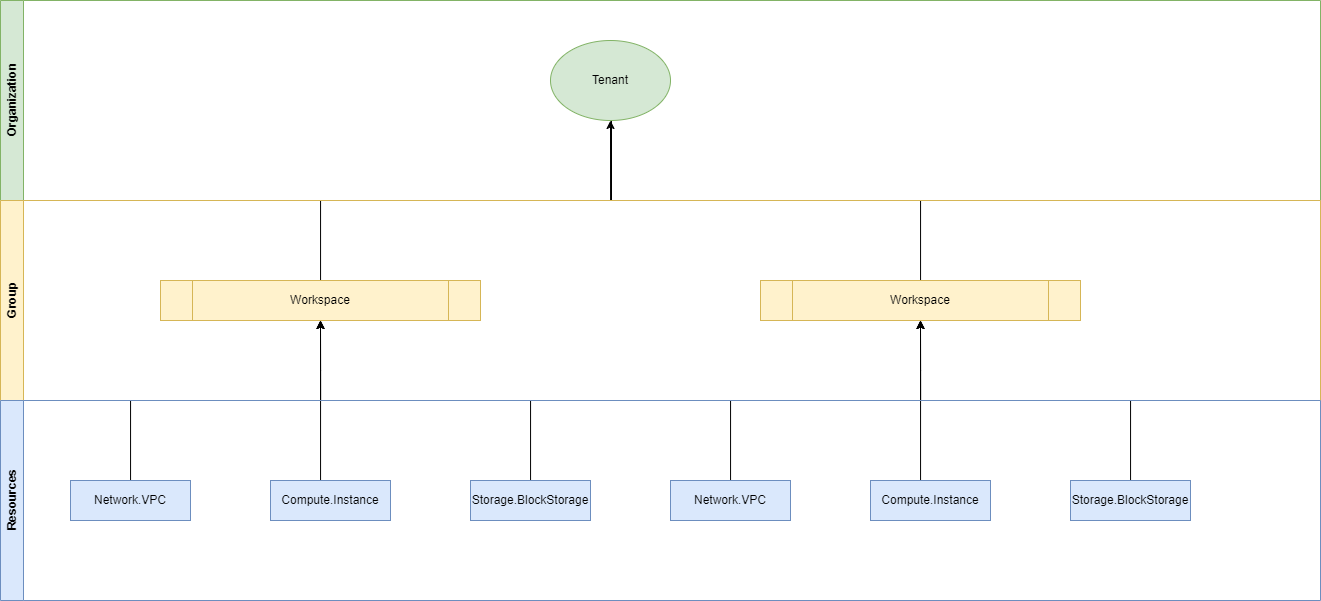
PauloLory-ionos/spec keeps this draw.io diagram as pic/resource_organization.drawio.png. Above is the earlier version. Source tidied: cells renumbered, new cells last; positions are measured from the earlier drawing's top-left corner, leaving out a move shared by most shapes. The source it was exported from:
```xml
<mxGraphModel>
  <root>
    <mxCell id="0" />
    <mxCell id="1" parent="0" />
    <mxCell id="2" style="edgeStyle=orthogonalEdgeStyle;rounded=0;jettySize=auto;html=1;entryX=0.5;entryY=1;entryDx=0;entryDy=0;" parent="1" edge="1" source="20" target="6">
      <mxGeometry relative="1" as="geometry">
        <Array as="points">
          <mxPoint x="920" y="370" />
          <mxPoint x="920" y="370" />
        </Array>
      </mxGeometry>
    </mxCell>
    <mxCell id="3" style="edgeStyle=orthogonalEdgeStyle;rounded=0;jettySize=auto;html=1;entryX=0.5;entryY=1;entryDx=0;entryDy=0;" parent="1" edge="1" source="21" target="6">
      <mxGeometry relative="1" as="geometry" />
    </mxCell>
    <mxCell id="4" style="edgeStyle=orthogonalEdgeStyle;rounded=0;jettySize=auto;html=1;entryX=0.5;entryY=1;entryDx=0;entryDy=0;" parent="1" edge="1" source="19" target="6">
      <mxGeometry relative="1" as="geometry" />
    </mxCell>
    <mxCell id="5" style="edgeStyle=orthogonalEdgeStyle;rounded=0;jettySize=auto;html=1;" parent="1" edge="1" source="6">
      <mxGeometry relative="1" as="geometry">
        <mxPoint x="610" y="80" as="targetPoint" />
        <Array as="points">
          <mxPoint x="920" y="200" />
          <mxPoint x="611" y="200" />
        </Array>
      </mxGeometry>
    </mxCell>
    <mxCell id="6" value="Workspace" style="shape=process;whiteSpace=wrap;html=1;backgroundOutline=1;fillColor=#fff2cc;strokeColor=#d6b656;" parent="1" vertex="1">
      <mxGeometry x="760" y="280" width="320" height="40" as="geometry" />
    </mxCell>
    <mxCell id="7" value="Tenant" style="ellipse;whiteSpace=wrap;html=1;fillColor=#d5e8d4;strokeColor=#82b366;" parent="1" vertex="1">
      <mxGeometry x="550" y="40" width="120" height="80" as="geometry" />
    </mxCell>
    <mxCell id="8" style="edgeStyle=orthogonalEdgeStyle;rounded=0;jettySize=auto;html=1;entryX=0.5;entryY=1;entryDx=0;entryDy=0;" parent="1" edge="1" source="17" target="12">
      <mxGeometry relative="1" as="geometry">
        <Array as="points">
          <mxPoint x="320" y="370" />
          <mxPoint x="320" y="370" />
        </Array>
      </mxGeometry>
    </mxCell>
    <mxCell id="9" style="edgeStyle=orthogonalEdgeStyle;rounded=0;jettySize=auto;html=1;entryX=0.5;entryY=1;entryDx=0;entryDy=0;" parent="1" edge="1" source="18" target="12">
      <mxGeometry relative="1" as="geometry" />
    </mxCell>
    <mxCell id="10" style="edgeStyle=orthogonalEdgeStyle;rounded=0;jettySize=auto;html=1;entryX=0.5;entryY=1;entryDx=0;entryDy=0;" parent="1" edge="1" source="16" target="12">
      <mxGeometry relative="1" as="geometry" />
    </mxCell>
    <mxCell id="11" style="edgeStyle=orthogonalEdgeStyle;rounded=0;jettySize=auto;html=1;entryX=0.5;entryY=1;entryDx=0;entryDy=0;" parent="1" edge="1" source="12" target="7">
      <mxGeometry relative="1" as="geometry">
        <Array as="points">
          <mxPoint x="320" y="200" />
          <mxPoint x="610" y="200" />
        </Array>
      </mxGeometry>
    </mxCell>
    <mxCell id="12" value="Workspace" style="shape=process;whiteSpace=wrap;html=1;backgroundOutline=1;fillColor=#fff2cc;strokeColor=#d6b656;" parent="1" vertex="1">
      <mxGeometry x="160" y="280" width="320" height="40" as="geometry" />
    </mxCell>
    <mxCell id="13" value="Organization" style="swimlane;horizontal=0;whiteSpace=wrap;html=1;startSize=23;fillColor=#d5e8d4;strokeColor=#82b366;" parent="1" vertex="1">
      <mxGeometry width="1320" height="200" as="geometry" />
    </mxCell>
    <mxCell id="14" value="Group" style="swimlane;horizontal=0;whiteSpace=wrap;html=1;startSize=23;fillColor=#fff2cc;strokeColor=#d6b656;" parent="1" vertex="1">
      <mxGeometry y="200" width="1320" height="200" as="geometry" />
    </mxCell>
    <mxCell id="15" value="Resources" style="swimlane;horizontal=0;whiteSpace=wrap;html=1;fillColor=#dae8fc;strokeColor=#6c8ebf;" parent="1" vertex="1">
      <mxGeometry y="400" width="1320" height="200" as="geometry" />
    </mxCell>
    <mxCell id="16" value="Network.VPC" style="rounded=0;whiteSpace=wrap;html=1;fillColor=#dae8fc;strokeColor=#6c8ebf;" parent="15" vertex="1">
      <mxGeometry x="70" y="80" width="120" height="40" as="geometry" />
    </mxCell>
    <mxCell id="17" value="Compute.Instance" style="rounded=0;whiteSpace=wrap;html=1;fillColor=#dae8fc;strokeColor=#6c8ebf;" parent="15" vertex="1">
      <mxGeometry x="270" y="80" width="120" height="40" as="geometry" />
    </mxCell>
    <mxCell id="18" value="Storage.BlockStorage" style="rounded=0;whiteSpace=wrap;html=1;fillColor=#dae8fc;strokeColor=#6c8ebf;" parent="15" vertex="1">
      <mxGeometry x="470" y="80" width="120" height="40" as="geometry" />
    </mxCell>
    <mxCell id="19" value="Network.VPC" style="rounded=0;whiteSpace=wrap;html=1;fillColor=#dae8fc;strokeColor=#6c8ebf;" parent="15" vertex="1">
      <mxGeometry x="670" y="80" width="120" height="40" as="geometry" />
    </mxCell>
    <mxCell id="20" value="Compute.Instance" style="rounded=0;whiteSpace=wrap;html=1;fillColor=#dae8fc;strokeColor=#6c8ebf;" parent="15" vertex="1">
      <mxGeometry x="870" y="80" width="120" height="40" as="geometry" />
    </mxCell>
    <mxCell id="21" value="Storage.BlockStorage" style="rounded=0;whiteSpace=wrap;html=1;fillColor=#dae8fc;strokeColor=#6c8ebf;" parent="15" vertex="1">
      <mxGeometry x="1070" y="80" width="120" height="40" as="geometry" />
    </mxCell>
  </root>
</mxGraphModel>
```
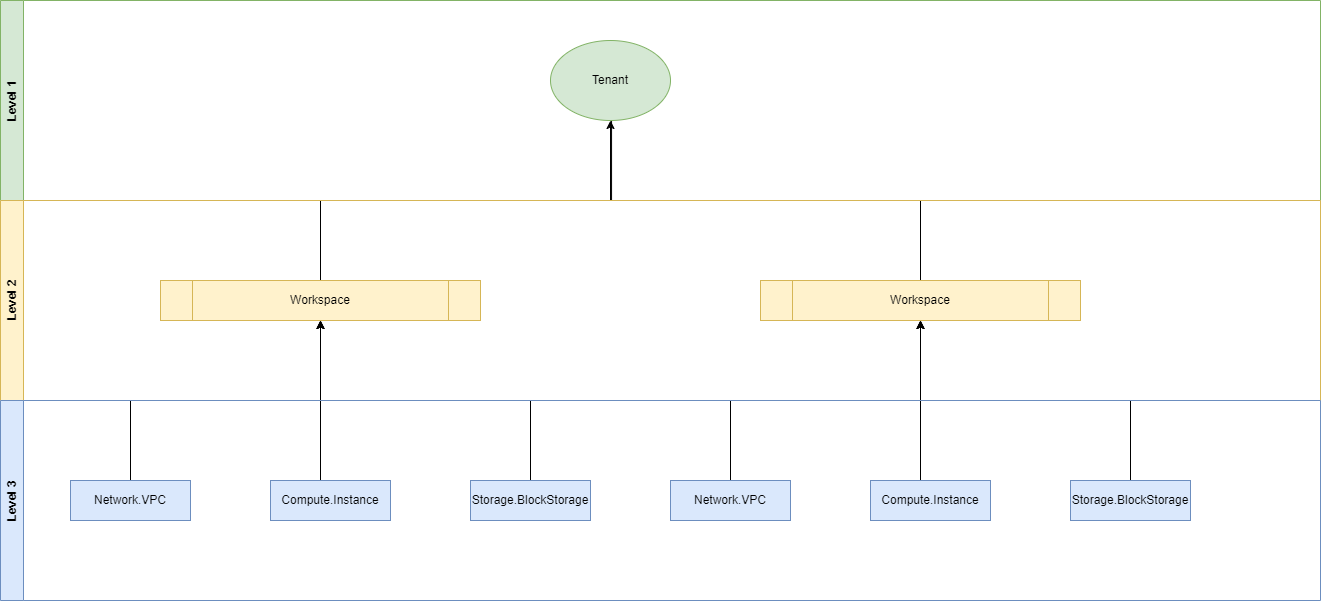
Later version of the same file.

Commit message:
update resource design

The edit, as a diff of the source:
```diff
@@ -56,13 +56,13 @@
     <mxCell id="12" value="Workspace" style="shape=process;whiteSpace=wrap;html=1;backgroundOutline=1;fillColor=#fff2cc;strokeColor=#d6b656;" parent="1" vertex="1">
       <mxGeometry x="160" y="280" width="320" height="40" as="geometry" />
     </mxCell>
-    <mxCell id="13" value="Organization" style="swimlane;horizontal=0;whiteSpace=wrap;html=1;startSize=23;fillColor=#d5e8d4;strokeColor=#82b366;" parent="1" vertex="1">
+    <mxCell id="13" value="Level 1" style="swimlane;horizontal=0;whiteSpace=wrap;html=1;startSize=23;fillColor=#d5e8d4;strokeColor=#82b366;" parent="1" vertex="1">
       <mxGeometry width="1320" height="200" as="geometry" />
     </mxCell>
-    <mxCell id="14" value="Group" style="swimlane;horizontal=0;whiteSpace=wrap;html=1;startSize=23;fillColor=#fff2cc;strokeColor=#d6b656;" parent="1" vertex="1">
+    <mxCell id="14" value="Level 2" style="swimlane;horizontal=0;whiteSpace=wrap;html=1;startSize=23;fillColor=#fff2cc;strokeColor=#d6b656;" parent="1" vertex="1">
       <mxGeometry y="200" width="1320" height="200" as="geometry" />
     </mxCell>
-    <mxCell id="15" value="Resources" style="swimlane;horizontal=0;whiteSpace=wrap;html=1;fillColor=#dae8fc;strokeColor=#6c8ebf;" parent="1" vertex="1">
+    <mxCell id="15" value="Level 3" style="swimlane;horizontal=0;whiteSpace=wrap;html=1;fillColor=#dae8fc;strokeColor=#6c8ebf;startSize=23;" parent="1" vertex="1">
       <mxGeometry y="400" width="1320" height="200" as="geometry" />
     </mxCell>
     <mxCell id="16" value="Network.VPC" style="rounded=0;whiteSpace=wrap;html=1;fillColor=#dae8fc;strokeColor=#6c8ebf;" parent="15" vertex="1">
```
